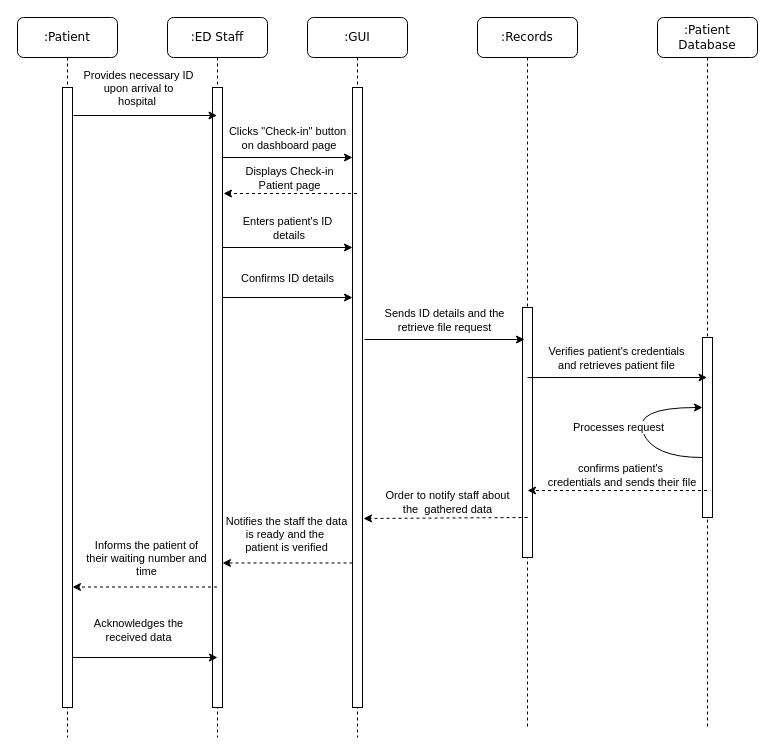
Above: Project Milestone 2/Sequence_6.drawio in SENG-350-2024-fall/Team-6 (draw.io), before the change. Source tidied: cells renumbered, new cells numbered last; positions are measured from the earlier drawing's top-left corner, leaving out a move shared by most shapes. Both pictures are drawn from the tidied source at 100%, with x=0, y=0 at pixel (17, 17).
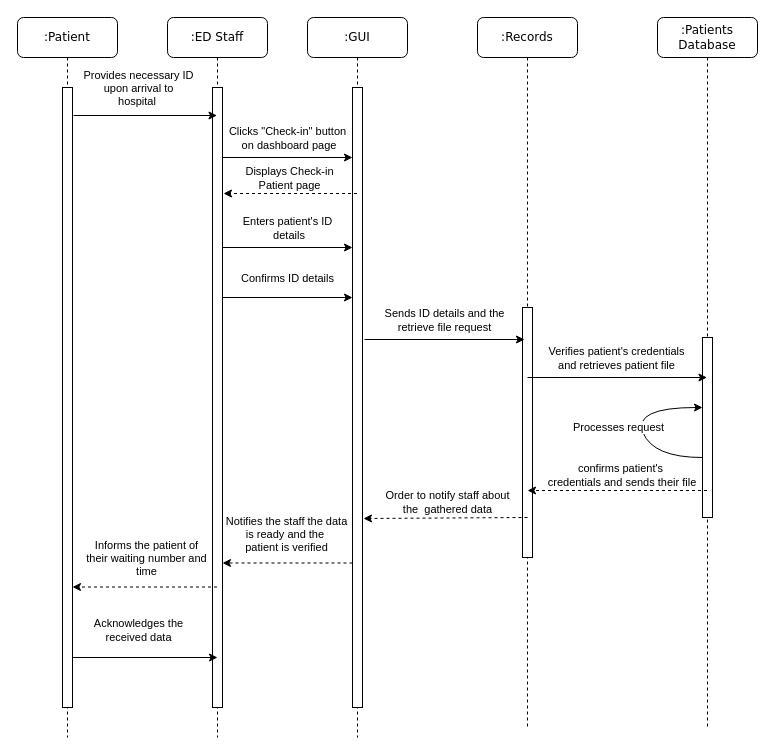
The same diagram, later.

What changed in the source:
```diff
@@
-    <mxCell id="26" value=":Patient Database" style="shape=umlLifeline;perimeter=lifelinePerimeter;whiteSpace=wrap;html=1;outlineConnect=0;rounded=1;shadow=0;comic=0;labelBackgroundColor=none;strokeWidth=1;fontFamily=Verdana;fontSize=12;align=center;" parent="1" vertex="1">
+    <mxCell id="26" value=":Patients Database" style="shape=umlLifeline;perimeter=lifelinePerimeter;whiteSpace=wrap;html=1;outlineConnect=0;rounded=1;shadow=0;comic=0;labelBackgroundColor=none;strokeWidth=1;fontFamily=Verdana;fontSize=12;align=center;" parent="1" vertex="1">
       <mxGeometry x="640" width="100" height="710" as="geometry" />
     </mxCell>
```
